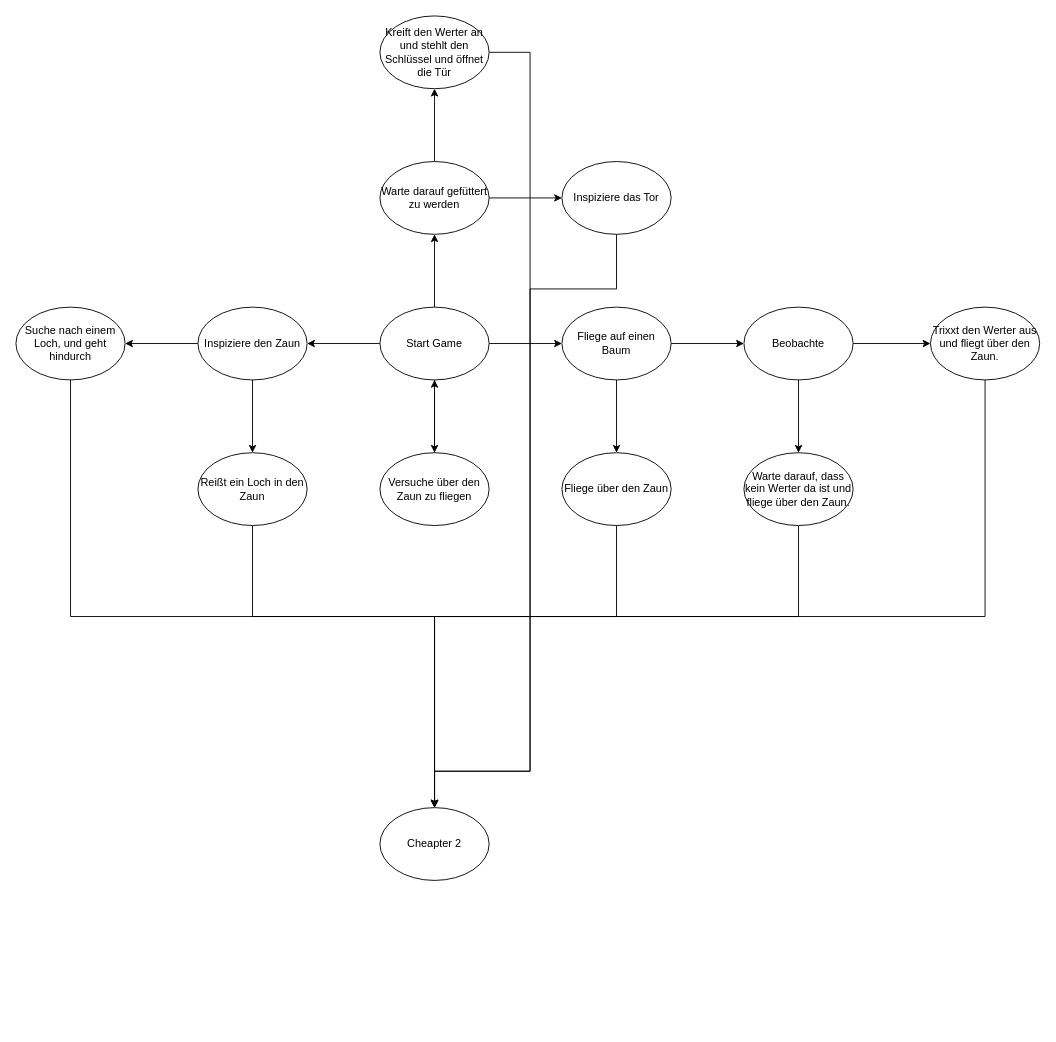
Earlier version of the draw.io diagram Decision diagram.drawio (JonasLindinger/Duckscape). Source tidied: cells renumbered, new cells numbered last; positions are measured from the earlier drawing's top-left corner, leaving out a move shared by most shapes. Both pictures are drawn from the tidied source at 91%, with x=0, y=0 at pixel (15, 15).
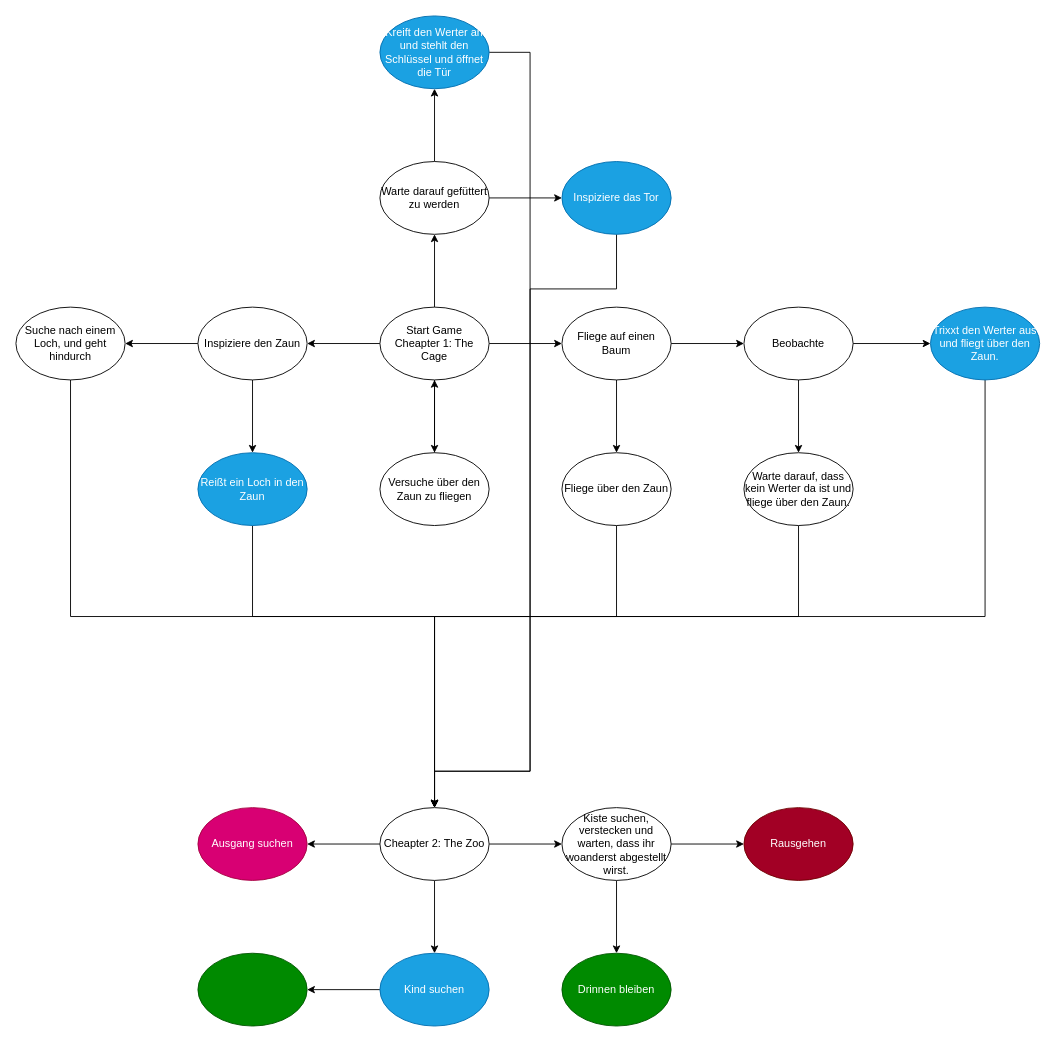
The same page after the edit.

The edit, as a diff of the source:
```diff
@@
-    <mxCell id="6" value="Start Game" style="ellipse;whiteSpace=wrap;html=1;" parent="1" vertex="1">
+    <mxCell id="6" value="Start Game&lt;br&gt;Cheapter 1: The Cage" style="ellipse;whiteSpace=wrap;html=1;" parent="1" vertex="1">
       <mxGeometry x="400" y="320" width="120" height="80" as="geometry" />
     </mxCell>
@@
-    <mxCell id="20" value="Trixxt den Werter aus und fliegt über den Zaun." style="ellipse;whiteSpace=wrap;html=1;" parent="1" vertex="1">
+    <mxCell id="20" value="Trixxt den Werter aus und fliegt über den Zaun." style="ellipse;whiteSpace=wrap;html=1;fillColor=#1ba1e2;fontColor=#ffffff;strokeColor=#006EAF;" parent="1" vertex="1">
       <mxGeometry x="1005" y="320" width="120" height="80" as="geometry" />
     </mxCell>
@@
-    <mxCell id="30" value="Reißt ein Loch in den Zaun" style="ellipse;whiteSpace=wrap;html=1;" parent="1" vertex="1">
+    <mxCell id="30" value="Reißt ein Loch in den Zaun" style="ellipse;whiteSpace=wrap;html=1;fillColor=#1ba1e2;fontColor=#ffffff;strokeColor=#006EAF;" parent="1" vertex="1">
       <mxGeometry x="200" y="480" width="120" height="80" as="geometry" />
     </mxCell>
@@
-    <mxCell id="32" value="Inspiziere das Tor" style="ellipse;whiteSpace=wrap;html=1;" parent="1" vertex="1">
+    <mxCell id="32" value="Inspiziere das Tor" style="ellipse;whiteSpace=wrap;html=1;fillColor=#1ba1e2;fontColor=#ffffff;strokeColor=#006EAF;" parent="1" vertex="1">
       <mxGeometry x="600" y="160" width="120" height="80" as="geometry" />
     </mxCell>
@@
-    <mxCell id="34" value="Kreift den Werter an und stehlt den Schlüssel und öffnet die Tür" style="ellipse;whiteSpace=wrap;html=1;" parent="1" vertex="1">
+    <mxCell id="34" value="Kreift den Werter an und stehlt den Schlüssel und öffnet die Tür" style="ellipse;whiteSpace=wrap;html=1;fillColor=#1ba1e2;fontColor=#ffffff;strokeColor=#006EAF;" parent="1" vertex="1">
       <mxGeometry x="400" width="120" height="80" as="geometry" />
     </mxCell>
+    <mxCell id="36" style="edgeStyle=orthogonalEdgeStyle;rounded=0;jettySize=auto;html=1;" parent="1" edge="1" source="35" target="40">
+      <mxGeometry relative="1" as="geometry" />
+    </mxCell>
+    <mxCell id="37" style="edgeStyle=orthogonalEdgeStyle;rounded=0;jettySize=auto;html=1;" parent="1" edge="1" source="35" target="43">
+      <mxGeometry relative="1" as="geometry" />
+    </mxCell>
+    <mxCell id="38" style="edgeStyle=orthogonalEdgeStyle;rounded=0;jettySize=auto;html=1;" parent="1" edge="1" source="35" target="44">
+      <mxGeometry relative="1" as="geometry" />
+    </mxCell>
-    <mxCell id="35" value="Cheapter 2" style="ellipse;whiteSpace=wrap;html=1;" parent="1" vertex="1">
+    <mxCell id="35" value="Cheapter 2: The Zoo" style="ellipse;whiteSpace=wrap;html=1;" parent="1" vertex="1">
       <mxGeometry x="400" y="870" width="120" height="80" as="geometry" />
     </mxCell>
+    <mxCell id="39" style="edgeStyle=orthogonalEdgeStyle;rounded=0;jettySize=auto;html=1;" parent="1" edge="1" source="40" target="47">
+      <mxGeometry relative="1" as="geometry" />
+    </mxCell>
+    <mxCell id="40" value="Kind suchen" style="ellipse;whiteSpace=wrap;html=1;fillColor=#1ba1e2;fontColor=#ffffff;strokeColor=#006EAF;" parent="1" vertex="1">
+      <mxGeometry x="400" y="1030" width="120" height="80" as="geometry" />
+    </mxCell>
+    <mxCell id="41" style="edgeStyle=orthogonalEdgeStyle;rounded=0;jettySize=auto;html=1;" parent="1" edge="1" source="43" target="45">
+      <mxGeometry relative="1" as="geometry" />
+    </mxCell>
+    <mxCell id="42" style="edgeStyle=orthogonalEdgeStyle;rounded=0;jettySize=auto;html=1;" parent="1" edge="1" source="43" target="46">
+      <mxGeometry relative="1" as="geometry" />
+    </mxCell>
+    <mxCell id="43" value="Kiste suchen, verstecken und warten, dass ihr woanderst abgestellt wirst." style="ellipse;whiteSpace=wrap;html=1;" parent="1" vertex="1">
+      <mxGeometry x="600" y="870" width="120" height="80" as="geometry" />
+    </mxCell>
+    <mxCell id="44" value="Ausgang suchen" style="ellipse;whiteSpace=wrap;html=1;fillColor=#d80073;fontColor=#ffffff;strokeColor=#A50040;" parent="1" vertex="1">
+      <mxGeometry x="200" y="870" width="120" height="80" as="geometry" />
+    </mxCell>
+    <mxCell id="45" value="Rausgehen" style="ellipse;whiteSpace=wrap;html=1;fillColor=#a20025;fontColor=#ffffff;strokeColor=#6F0000;" parent="1" vertex="1">
+      <mxGeometry x="800" y="870" width="120" height="80" as="geometry" />
+    </mxCell>
+    <mxCell id="46" value="Drinnen bleiben" style="ellipse;whiteSpace=wrap;html=1;fillColor=#008a00;fontColor=#ffffff;strokeColor=#005700;" parent="1" vertex="1">
+      <mxGeometry x="600" y="1030" width="120" height="80" as="geometry" />
+    </mxCell>
+    <mxCell id="47" style="ellipse;whiteSpace=wrap;html=1;fillColor=#008a00;fontColor=#ffffff;strokeColor=#005700;" parent="1" vertex="1">
+      <mxGeometry x="200" y="1030" width="120" height="80" as="geometry" />
+    </mxCell>
```
